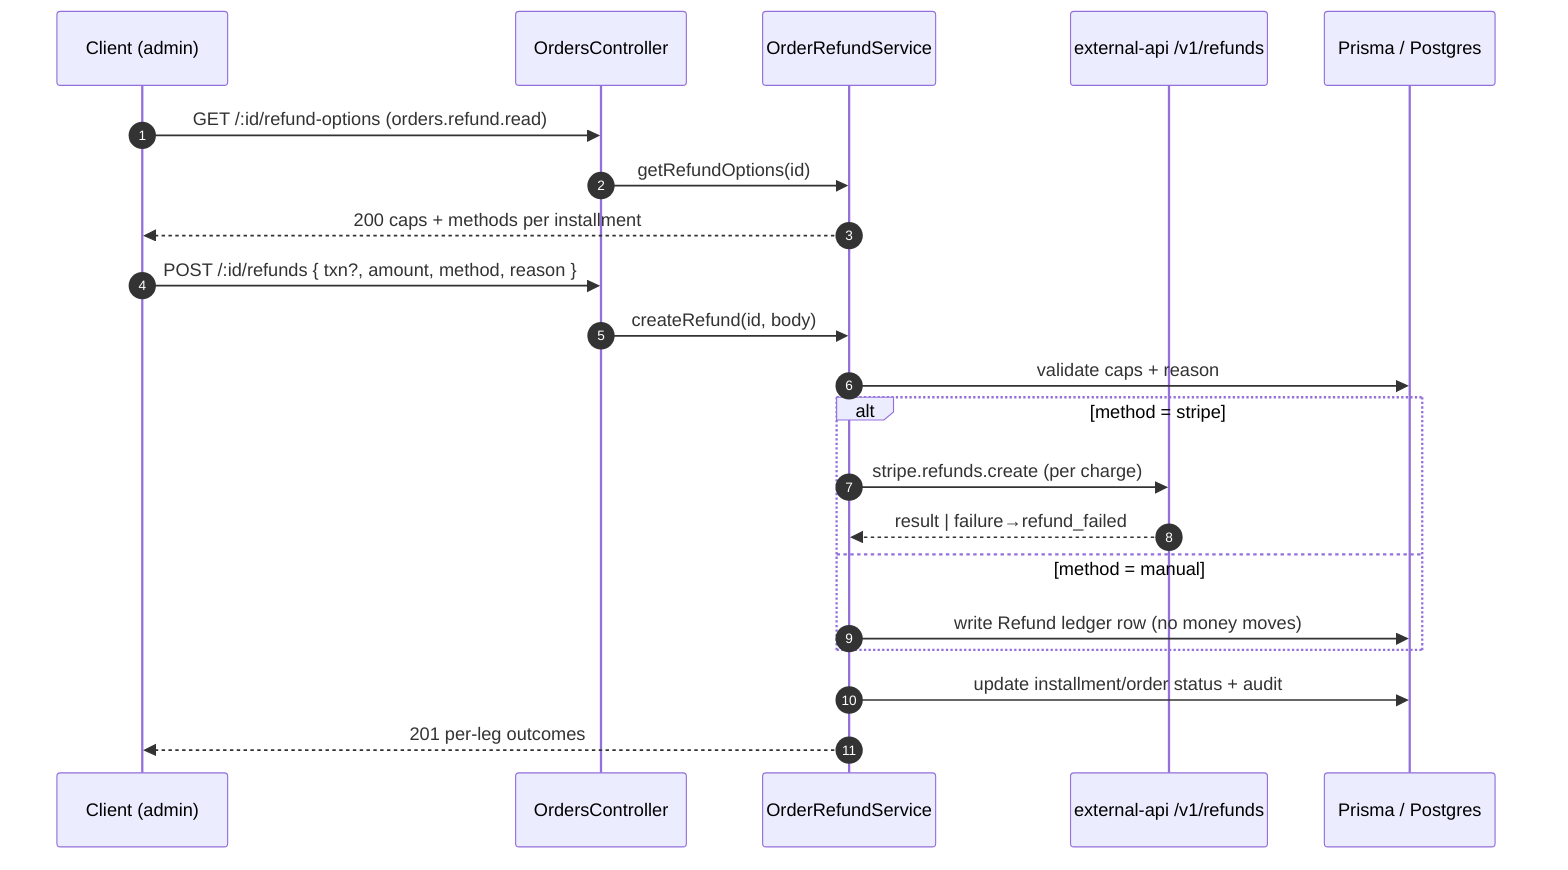
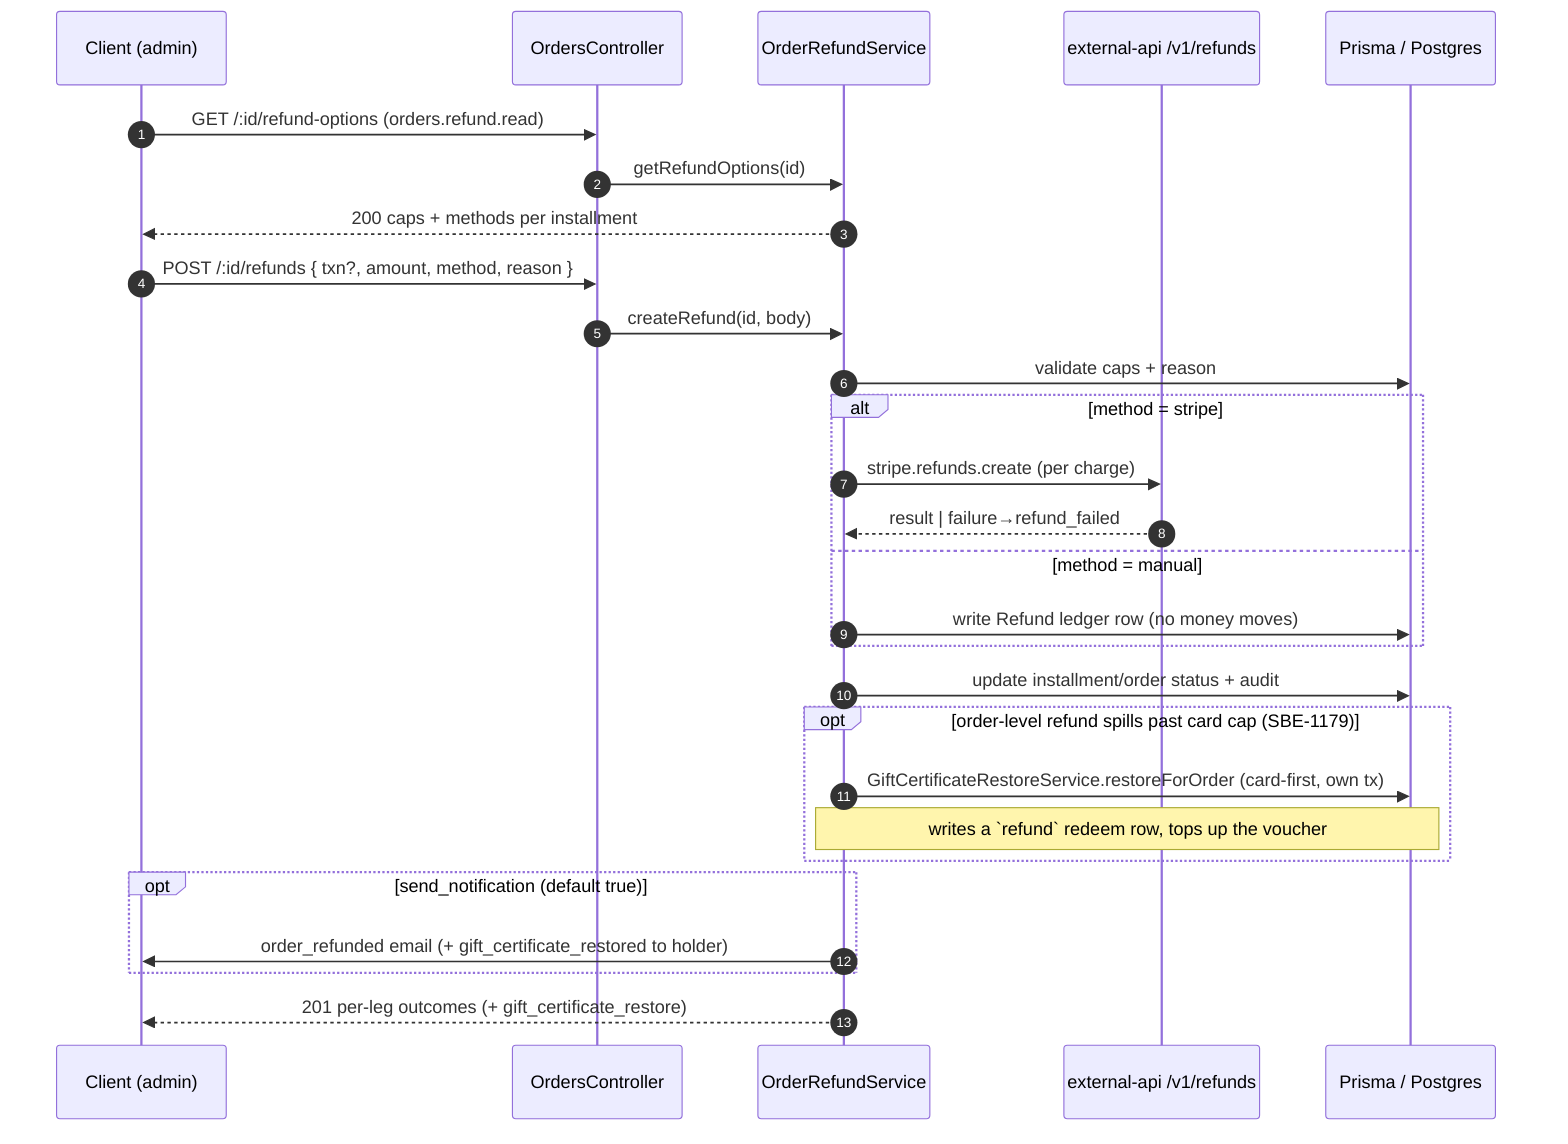
sequenceDiagram
    autonumber
    participant C as Client (admin)
    participant Ctl as OrdersController
    participant Svc as OrderRefundService
    participant Ext as external-api /v1/refunds
    participant DB as Prisma / Postgres
    C->>Ctl: GET /:id/refund-options (orders.refund.read)
    Ctl->>Svc: getRefundOptions(id)
    Svc-->>C: 200 caps + methods per installment
    C->>Ctl: POST /:id/refunds { txn?, amount, method, reason }
    Ctl->>Svc: createRefund(id, body)
    Svc->>DB: validate caps + reason
    alt method = stripe
        Svc->>Ext: stripe.refunds.create (per charge)
        Ext-->>Svc: result | failure→refund_failed
    else method = manual
        Svc->>DB: write Refund ledger row (no money moves)
    end
    Svc->>DB: update installment/order status + audit
-     Svc-->>C: 201 per-leg outcomes
+     opt order-level refund spills past card cap (SBE-1179)
+         Svc->>DB: GiftCertificateRestoreService.restoreForOrder (card-first, own tx)
+         Note over Svc,DB: writes a `refund` redeem row, tops up the voucher
+     end
+     opt send_notification (default true)
+         Svc->>C: order_refunded email (+ gift_certificate_restored to holder)
+     end
+     Svc-->>C: 201 per-leg outcomes (+ gift_certificate_restore)
